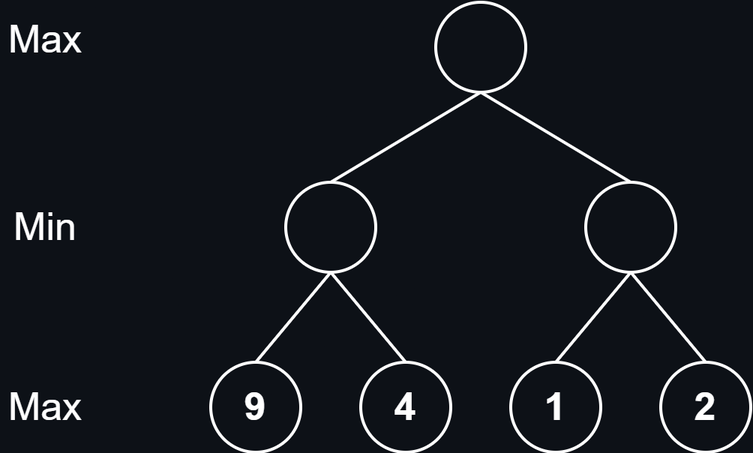
The draw.io diagram res/readme/alpha_tree.png in UdrK/Stockfly, before a commit. Source tidied: cells renumbered, new cells last; positions are measured from the earlier drawing's top-left corner, leaving out a move shared by most shapes. Its diagram source:
```xml
<mxGraphModel background="#0D1117">
  <root>
    <mxCell id="0" />
    <mxCell id="1" parent="0" />
    <mxCell id="2" style="ellipse;whiteSpace=wrap;html=1;fillColor=#0D1117;strokeColor=#FFFFFF;strokeWidth=2;fontColor=#FFFFFF;fontStyle=1;fontSize=26;" parent="1" vertex="1">
      <mxGeometry x="290" width="60" height="60" as="geometry" />
    </mxCell>
    <mxCell id="3" style="ellipse;whiteSpace=wrap;html=1;fillColor=#0D1117;strokeColor=#FFFFFF;strokeWidth=2;fontColor=#FFFFFF;fontStyle=1;fontSize=26;" parent="1" vertex="1">
      <mxGeometry x="190" y="120" width="60" height="60" as="geometry" />
    </mxCell>
    <mxCell id="4" style="ellipse;whiteSpace=wrap;html=1;fillColor=#0D1117;strokeColor=#FFFFFF;strokeWidth=2;fontColor=#FFFFFF;fontStyle=1;fontSize=26;" parent="1" vertex="1">
      <mxGeometry x="390" y="120" width="60" height="60" as="geometry" />
    </mxCell>
    <mxCell id="5" value="9" style="ellipse;whiteSpace=wrap;html=1;fillColor=#0D1117;strokeColor=#FFFFFF;strokeWidth=2;fontColor=#FFFFFF;fontStyle=1;fontSize=26;" parent="1" vertex="1">
      <mxGeometry x="140" y="240" width="60" height="60" as="geometry" />
    </mxCell>
    <mxCell id="6" value="4" style="ellipse;whiteSpace=wrap;html=1;fillColor=#0D1117;strokeColor=#FFFFFF;strokeWidth=2;fontColor=#FFFFFF;fontStyle=1;fontSize=26;" parent="1" vertex="1">
      <mxGeometry x="240" y="240" width="60" height="60" as="geometry" />
    </mxCell>
    <mxCell id="7" value="1" style="ellipse;whiteSpace=wrap;html=1;fillColor=#0D1117;strokeColor=#FFFFFF;strokeWidth=2;fontColor=#FFFFFF;fontStyle=1;fontSize=26;" parent="1" vertex="1">
      <mxGeometry x="340" y="240" width="60" height="60" as="geometry" />
    </mxCell>
    <mxCell id="8" value="2" style="ellipse;whiteSpace=wrap;html=1;fillColor=#0D1117;strokeColor=#FFFFFF;strokeWidth=2;fontColor=#FFFFFF;fontStyle=1;fontSize=26;" parent="1" vertex="1">
      <mxGeometry x="440" y="240" width="60" height="60" as="geometry" />
    </mxCell>
    <mxCell id="9" style="endArrow=none;html=1;rounded=0;entryX=0.5;entryY=1;entryDx=0;entryDy=0;exitX=0.5;exitY=0;exitDx=0;exitDy=0;strokeColor=#FFFFFF;strokeWidth=2;" parent="1" edge="1" source="3" target="2">
      <mxGeometry relative="1" as="geometry" />
    </mxCell>
    <mxCell id="10" style="endArrow=none;html=1;rounded=0;entryX=0.5;entryY=1;entryDx=0;entryDy=0;exitX=0.5;exitY=0;exitDx=0;exitDy=0;strokeColor=#FFFFFF;strokeWidth=2;" parent="1" edge="1" source="4" target="2">
      <mxGeometry relative="1" as="geometry" />
    </mxCell>
    <mxCell id="11" style="endArrow=none;html=1;rounded=0;entryX=0.5;entryY=1;entryDx=0;entryDy=0;exitX=0.5;exitY=0;exitDx=0;exitDy=0;strokeColor=#FFFFFF;strokeWidth=2;" parent="1" edge="1" source="5" target="3">
      <mxGeometry relative="1" as="geometry" />
    </mxCell>
    <mxCell id="12" style="endArrow=none;html=1;rounded=0;entryX=0.5;entryY=1;entryDx=0;entryDy=0;exitX=0.5;exitY=0;exitDx=0;exitDy=0;strokeColor=#FFFFFF;strokeWidth=2;" parent="1" edge="1" source="6" target="3">
      <mxGeometry relative="1" as="geometry" />
    </mxCell>
    <mxCell id="13" style="endArrow=none;html=1;rounded=0;entryX=0.5;entryY=1;entryDx=0;entryDy=0;exitX=0.5;exitY=0;exitDx=0;exitDy=0;strokeColor=#FFFFFF;strokeWidth=2;" parent="1" edge="1" source="7" target="4">
      <mxGeometry relative="1" as="geometry" />
    </mxCell>
    <mxCell id="14" style="endArrow=none;html=1;rounded=0;exitX=0.5;exitY=0;exitDx=0;exitDy=0;entryX=0.5;entryY=1;entryDx=0;entryDy=0;strokeColor=#FFFFFF;strokeWidth=2;" parent="1" edge="1" source="8" target="4">
      <mxGeometry relative="1" as="geometry" />
    </mxCell>
    <mxCell id="15" value="Max" style="text;html=1;strokeColor=none;fillColor=none;align=center;verticalAlign=middle;whiteSpace=wrap;rounded=0;fontSize=26;fontColor=#FFFFFF;" parent="1" vertex="1">
      <mxGeometry y="10" width="60" height="30" as="geometry" />
    </mxCell>
    <mxCell id="16" value="Min" style="text;html=1;strokeColor=none;fillColor=none;align=center;verticalAlign=middle;whiteSpace=wrap;rounded=0;fontSize=26;fontColor=#FFFFFF;" parent="1" vertex="1">
      <mxGeometry y="135" width="60" height="30" as="geometry" />
    </mxCell>
    <mxCell id="17" value="Max" style="text;html=1;strokeColor=none;fillColor=none;align=center;verticalAlign=middle;whiteSpace=wrap;rounded=0;fontSize=26;fontColor=#FFFFFF;" parent="1" vertex="1">
      <mxGeometry y="255" width="60" height="30" as="geometry" />
    </mxCell>
  </root>
</mxGraphModel>
```
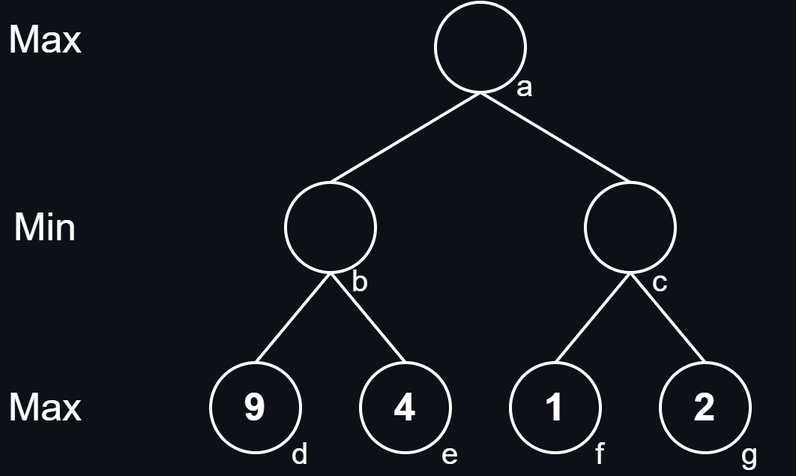
Later version of the same file.

Change to the diagram source:
```diff
@@ -50,5 +50,26 @@
     <mxCell id="17" value="Max" style="text;html=1;strokeColor=none;fillColor=none;align=center;verticalAlign=middle;whiteSpace=wrap;rounded=0;fontSize=26;fontColor=#FFFFFF;" parent="1" vertex="1">
       <mxGeometry y="255" width="60" height="30" as="geometry" />
     </mxCell>
+    <mxCell id="18" value="a" style="text;html=1;strokeColor=none;fillColor=none;align=center;verticalAlign=middle;whiteSpace=wrap;rounded=0;fontSize=20;fontColor=#FFFFFF;" parent="1" vertex="1">
+      <mxGeometry x="320" y="40" width="60" height="30" as="geometry" />
+    </mxCell>
+    <mxCell id="19" value="b" style="text;html=1;strokeColor=none;fillColor=none;align=center;verticalAlign=middle;whiteSpace=wrap;rounded=0;fontSize=20;fontColor=#FFFFFF;" parent="1" vertex="1">
+      <mxGeometry x="210" y="170" width="60" height="30" as="geometry" />
+    </mxCell>
+    <mxCell id="20" value="c" style="text;html=1;strokeColor=none;fillColor=none;align=center;verticalAlign=middle;whiteSpace=wrap;rounded=0;fontSize=20;fontColor=#FFFFFF;" parent="1" vertex="1">
+      <mxGeometry x="410" y="170" width="60" height="30" as="geometry" />
+    </mxCell>
+    <mxCell id="21" value="d" style="text;html=1;strokeColor=none;fillColor=none;align=center;verticalAlign=middle;whiteSpace=wrap;rounded=0;fontSize=20;fontColor=#FFFFFF;" parent="1" vertex="1">
+      <mxGeometry x="170" y="285" width="60" height="30" as="geometry" />
+    </mxCell>
+    <mxCell id="22" value="e" style="text;html=1;strokeColor=none;fillColor=none;align=center;verticalAlign=middle;whiteSpace=wrap;rounded=0;fontSize=20;fontColor=#FFFFFF;" parent="1" vertex="1">
+      <mxGeometry x="270" y="285" width="60" height="30" as="geometry" />
+    </mxCell>
+    <mxCell id="23" value="f" style="text;html=1;strokeColor=none;fillColor=none;align=center;verticalAlign=middle;whiteSpace=wrap;rounded=0;fontSize=20;fontColor=#FFFFFF;" parent="1" vertex="1">
+      <mxGeometry x="370" y="285" width="60" height="30" as="geometry" />
+    </mxCell>
+    <mxCell id="24" value="g" style="text;html=1;strokeColor=none;fillColor=none;align=center;verticalAlign=middle;whiteSpace=wrap;rounded=0;fontSize=20;fontColor=#FFFFFF;" parent="1" vertex="1">
+      <mxGeometry x="470" y="285" width="60" height="30" as="geometry" />
+    </mxCell>
   </root>
 </mxGraphModel>
```
